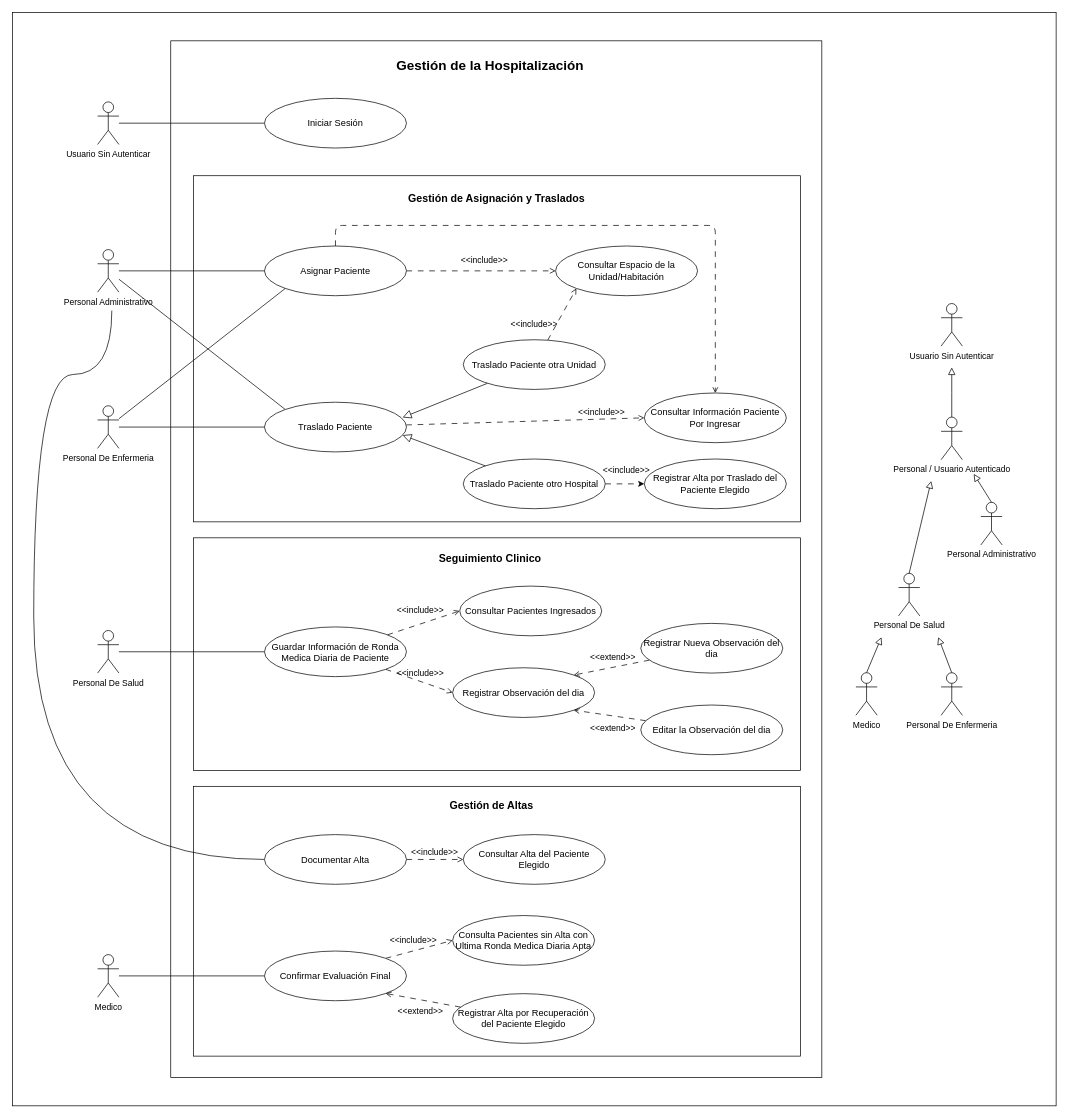
Above: uml/Diagrama de Casos de Usos/Diagrama de Casos de Uso.drawio in stoica25-byte/Reto-2-Entornos-Programacion (draw.io), before the change. Source tidied: cells renumbered, new cells numbered last; positions are measured from the earlier drawing's top-left corner, leaving out a move shared by most shapes. Both pictures are drawn from the tidied source at 71%, with x=0, y=0 at pixel (12, 12).
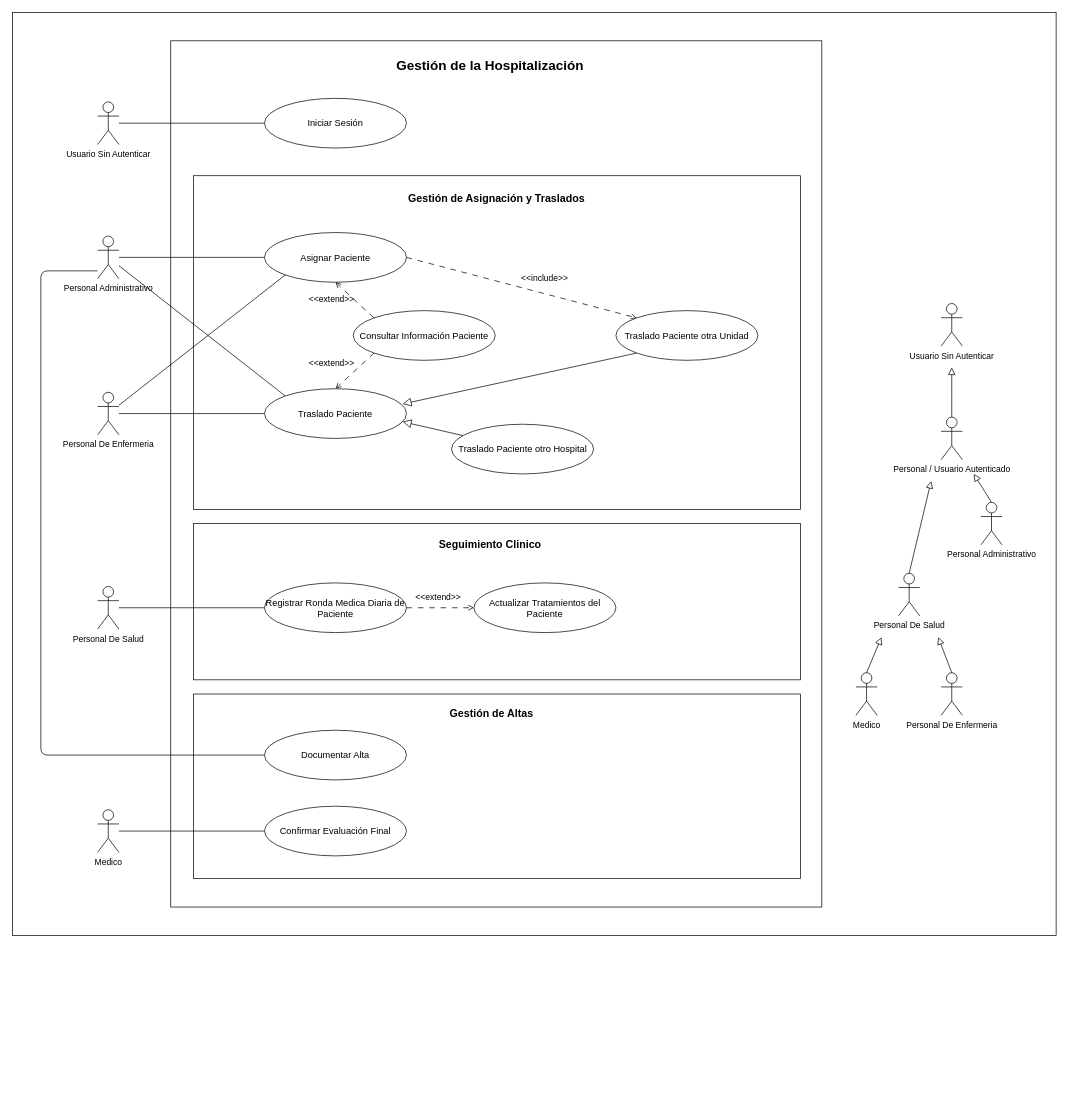
After the change.

Commit message (it also covers changes not shown here):
Documentación del diagrama de casos de usos y cambios en dicho diagrama

Change to the diagram source:
```diff
@@
-    <mxCell id="2" style="rounded=0;whiteSpace=wrap;html=1;" parent="1" vertex="1">
-      <mxGeometry width="1470" height="1540" as="geometry" />
+    <mxCell id="2" style="rounded=0;whiteSpace=wrap;html=1;fillColor=default;" parent="1" vertex="1">
+      <mxGeometry width="1470" height="1300" as="geometry" />
     </mxCell>
-    <mxCell id="3" style="rounded=0;whiteSpace=wrap;html=1;" parent="1" vertex="1">
-      <mxGeometry x="223" y="40" width="917" height="1460" as="geometry" />
+    <mxCell id="3" style="rounded=0;whiteSpace=wrap;html=1;fillColor=none;" parent="1" vertex="1">
+      <mxGeometry x="223" y="40" width="917" height="1220" as="geometry" />
     </mxCell>
+    <mxCell id="70" style="rounded=0;whiteSpace=wrap;html=1;fillColor=none;" parent="1" vertex="1">
+      <mxGeometry x="255" y="720" width="855" height="220" as="geometry" />
+    </mxCell>
     <mxCell id="4" style="rounded=0;whiteSpace=wrap;html=1;fillColor=none;" parent="1" vertex="1">
-      <mxGeometry x="255" y="230" width="855" height="487.5" as="geometry" />
+      <mxGeometry x="255" y="230" width="855" height="470" as="geometry" />
     </mxCell>
     <mxCell id="5" style="rounded=0;whiteSpace=wrap;html=1;" parent="1" vertex="1">
-      <mxGeometry x="255" y="1090" width="855" height="380" as="geometry" />
+      <mxGeometry x="255" y="960" width="855" height="260" as="geometry" />
     </mxCell>
@@
-    <mxCell id="16" style="edgeStyle=orthogonalEdgeStyle;rounded=0;jettySize=auto;html=1;entryX=0;entryY=0.5;entryDx=0;entryDy=0;endArrow=open;endFill=0;dashed=1;dashPattern=8 8;" parent="1" edge="1" source="17" target="24">
-      <mxGeometry relative="1" as="geometry" />
-    </mxCell>
+    <mxCell id="78" style="rounded=0;jettySize=auto;html=1;entryX=0;entryY=0;entryDx=0;entryDy=0;dashed=1;dashPattern=8 8;exitX=1;exitY=0.5;exitDx=0;exitDy=0;endArrow=open;endFill=0;" parent="1" edge="1" source="17" target="30">
+      <mxGeometry relative="1" as="geometry" />
+    </mxCell>
     <mxCell id="17" value="Asignar Paciente" style="ellipse;whiteSpace=wrap;html=1;fontSize=13;" parent="1" vertex="1">
-      <mxGeometry x="355" y="329" width="200" height="70" as="geometry" />
+      <mxGeometry x="355" y="310" width="200" height="70" as="geometry" />
     </mxCell>
@@
+    <mxCell id="79" style="edgeStyle=orthogonalEdgeStyle;rounded=1;jettySize=auto;html=1;entryX=0;entryY=0.5;entryDx=0;entryDy=0;curved=0;endArrow=none;endFill=0;" parent="1" edge="1" source="20" target="61">
+      <mxGeometry relative="1" as="geometry">
+        <Array as="points">
+          <mxPoint x="40" y="364" />
+          <mxPoint x="40" y="1046" />
+        </Array>
+      </mxGeometry>
+    </mxCell>
     <mxCell id="20" value="Personal Administrativo" style="shape=umlActor;verticalLabelPosition=bottom;verticalAlign=top;html=1;outlineConnect=0;" parent="1" vertex="1">
-      <mxGeometry x="120" y="334" width="30" height="60" as="geometry" />
+      <mxGeometry x="120" y="315" width="30" height="60" as="geometry" />
     </mxCell>
@@
     <mxCell id="23" value="Personal De Enfermeria" style="shape=umlActor;verticalLabelPosition=bottom;verticalAlign=top;html=1;outlineConnect=0;" parent="1" vertex="1">
-      <mxGeometry x="120" y="554" width="30" height="60" as="geometry" />
+      <mxGeometry x="120" y="535" width="30" height="60" as="geometry" />
     </mxCell>
+    <mxCell id="80" style="rounded=0;jettySize=auto;html=1;exitX=0;exitY=1;exitDx=0;exitDy=0;entryX=0.5;entryY=0;entryDx=0;entryDy=0;dashed=1;dashPattern=8 8;endArrow=open;endFill=0;" parent="1" edge="1" source="24" target="27">
+      <mxGeometry relative="1" as="geometry" />
+    </mxCell>
+    <mxCell id="81" style="rounded=0;jettySize=auto;html=1;exitX=0;exitY=0;exitDx=0;exitDy=0;entryX=0.5;entryY=1;entryDx=0;entryDy=0;dashed=1;dashPattern=8 8;endArrow=open;endFill=0;" parent="1" edge="1" source="24" target="17">
+      <mxGeometry relative="1" as="geometry" />
+    </mxCell>
-    <mxCell id="24" value="Consultar Espacio de la Unidad/Habitación" style="ellipse;whiteSpace=wrap;html=1;fontSize=13;" parent="1" vertex="1">
-      <mxGeometry x="765" y="329" width="200" height="70" as="geometry" />
+    <mxCell id="24" value="Consultar Información Paciente" style="ellipse;whiteSpace=wrap;html=1;fontSize=13;" parent="1" vertex="1">
+      <mxGeometry x="480" y="420" width="200" height="70" as="geometry" />
     </mxCell>
-    <mxCell id="25" value="&amp;lt;&amp;lt;include&amp;gt;&amp;gt;" style="text;html=1;align=center;verticalAlign=middle;whiteSpace=wrap;rounded=0;" parent="1" vertex="1">
-      <mxGeometry x="635" y="334" width="60" height="30" as="geometry" />
-    </mxCell>
-    <mxCell id="26" style="rounded=0;jettySize=auto;html=1;entryX=0;entryY=0.5;entryDx=0;entryDy=0;dashed=1;dashPattern=8 8;endArrow=open;endFill=0;" parent="1" edge="1" source="27" target="74">
-      <mxGeometry relative="1" as="geometry" />
-    </mxCell>
     <mxCell id="27" value="Traslado Paciente" style="ellipse;whiteSpace=wrap;html=1;fontSize=13;" parent="1" vertex="1">
-      <mxGeometry x="355" y="549" width="200" height="70" as="geometry" />
+      <mxGeometry x="355" y="530" width="200" height="70" as="geometry" />
     </mxCell>
-    <mxCell id="28" style="rounded=0;jettySize=auto;html=1;entryX=0;entryY=1;entryDx=0;entryDy=0;dashed=1;dashPattern=8 8;endArrow=open;endFill=0;" parent="1" edge="1" source="30" target="24">
-      <mxGeometry relative="1" as="geometry" />
-    </mxCell>
-    <mxCell id="29" style="rounded=0;jettySize=auto;html=1;entryX=0.973;entryY=0.307;entryDx=0;entryDy=0;endArrow=block;endFill=0;endSize=10;entryPerimeter=0;" parent="1" edge="1" source="30" target="27">
+    <mxCell id="29" style="rounded=0;jettySize=auto;html=1;entryX=0.973;entryY=0.307;entryDx=0;entryDy=0;endArrow=block;endFill=0;endSize=10;entryPerimeter=0;exitX=0;exitY=1;exitDx=0;exitDy=0;" parent="1" edge="1" source="30" target="27">
       <mxGeometry relative="1" as="geometry" />
     </mxCell>
     <mxCell id="30" value="Traslado Paciente otra Unidad" style="ellipse;whiteSpace=wrap;html=1;fontSize=13;" parent="1" vertex="1">
-      <mxGeometry x="635" y="461" width="200" height="70" as="geometry" />
+      <mxGeometry x="850" y="420" width="200" height="70" as="geometry" />
     </mxCell>
-    <mxCell id="31" style="edgeStyle=orthogonalEdgeStyle;rounded=0;jettySize=auto;html=1;entryX=0;entryY=0.5;entryDx=0;entryDy=0;dashed=1;dashPattern=8 8;" parent="1" edge="1" source="32" target="76">
-      <mxGeometry relative="1" as="geometry" />
-    </mxCell>
     <mxCell id="32" value="Traslado Paciente otro Hospital" style="ellipse;whiteSpace=wrap;html=1;fontSize=13;" parent="1" vertex="1">
-      <mxGeometry x="635" y="629" width="200" height="70" as="geometry" />
+      <mxGeometry x="618.5" y="580" width="200" height="70" as="geometry" />
     </mxCell>
-    <mxCell id="33" value="&amp;lt;&amp;lt;include&amp;gt;&amp;gt;" style="text;html=1;align=center;verticalAlign=middle;whiteSpace=wrap;rounded=0;" parent="1" vertex="1">
-      <mxGeometry x="705" y="425" width="60" height="30" as="geometry" />
+    <mxCell id="33" value="&amp;lt;&amp;lt;extend&amp;gt;&amp;gt;" style="text;html=1;align=center;verticalAlign=middle;whiteSpace=wrap;rounded=0;" parent="1" vertex="1">
+      <mxGeometry x="420" y="390" width="60" height="30" as="geometry" />
     </mxCell>
@@
     <mxCell id="36" value="Personal De Salud" style="shape=umlActor;verticalLabelPosition=bottom;verticalAlign=top;html=1;outlineConnect=0;" parent="1" vertex="1">
-      <mxGeometry x="120" y="870.5" width="30" height="60" as="geometry" />
+      <mxGeometry x="120" y="808.5" width="30" height="60" as="geometry" />
     </mxCell>
-    <mxCell id="37" style="rounded=0;jettySize=auto;html=1;entryX=0;entryY=0.5;entryDx=0;entryDy=0;dashed=1;dashPattern=8 8;endArrow=open;endFill=0;" parent="1" edge="1" source="39" target="40">
-      <mxGeometry relative="1" as="geometry" />
-    </mxCell>
-    <mxCell id="38" style="rounded=0;jettySize=auto;html=1;exitX=1;exitY=1;exitDx=0;exitDy=0;entryX=0;entryY=0.5;entryDx=0;entryDy=0;dashed=1;dashPattern=8 8;endArrow=open;endFill=0;" parent="1" edge="1" source="39" target="42">
-      <mxGeometry relative="1" as="geometry" />
-    </mxCell>
+    <mxCell id="82" style="edgeStyle=orthogonalEdgeStyle;rounded=0;jettySize=auto;html=1;entryX=0;entryY=0.5;entryDx=0;entryDy=0;endArrow=open;endFill=0;dashed=1;dashPattern=8 8;" parent="1" edge="1" source="39" target="45">
+      <mxGeometry relative="1" as="geometry" />
+    </mxCell>
-    <mxCell id="39" value="Guardar Información de Ronda Medica Diaria de Paciente" style="ellipse;whiteSpace=wrap;html=1;fontSize=13;" parent="1" vertex="1">
-      <mxGeometry x="355" y="865.5" width="200" height="70" as="geometry" />
+    <mxCell id="39" value="Registrar Ronda Medica Diaria de Paciente" style="ellipse;whiteSpace=wrap;html=1;fontSize=13;" parent="1" vertex="1">
+      <mxGeometry x="355" y="803.5" width="200" height="70" as="geometry" />
     </mxCell>
-    <mxCell id="40" value="Consultar Pacientes Ingresados" style="ellipse;whiteSpace=wrap;html=1;fontSize=13;" parent="1" vertex="1">
-      <mxGeometry x="630" y="808" width="200" height="70" as="geometry" />
-    </mxCell>
-    <mxCell id="41" value="&amp;lt;&amp;lt;include&amp;gt;&amp;gt;" style="text;html=1;align=center;verticalAlign=middle;whiteSpace=wrap;rounded=0;" parent="1" vertex="1">
-      <mxGeometry x="545" y="828" width="60" height="30" as="geometry" />
-    </mxCell>
-    <mxCell id="42" value="Registrar Observación del dia" style="ellipse;whiteSpace=wrap;html=1;fontSize=13;" parent="1" vertex="1">
-      <mxGeometry x="620" y="923" width="200" height="70" as="geometry" />
-    </mxCell>
-    <mxCell id="43" value="&amp;lt;&amp;lt;include&amp;gt;&amp;gt;" style="text;html=1;align=center;verticalAlign=middle;whiteSpace=wrap;rounded=0;" parent="1" vertex="1">
-      <mxGeometry x="545" y="915.5" width="60" height="30" as="geometry" />
-    </mxCell>
-    <mxCell id="44" style="rounded=0;jettySize=auto;html=1;entryX=1;entryY=0;entryDx=0;entryDy=0;dashed=1;dashPattern=8 8;endArrow=open;endFill=0;" parent="1" edge="1" source="45" target="42">
-      <mxGeometry relative="1" as="geometry" />
-    </mxCell>
-    <mxCell id="45" value="Registrar Nueva Observación del dia" style="ellipse;whiteSpace=wrap;html=1;fontSize=13;" parent="1" vertex="1">
-      <mxGeometry x="885" y="860.5" width="200" height="70" as="geometry" />
+    <mxCell id="45" value="Actualizar Tratamientos del Paciente" style="ellipse;whiteSpace=wrap;html=1;fontSize=13;" parent="1" vertex="1">
+      <mxGeometry x="650" y="803.5" width="200" height="70" as="geometry" />
     </mxCell>
-    <mxCell id="46" style="rounded=0;jettySize=auto;html=1;entryX=1;entryY=1;entryDx=0;entryDy=0;dashed=1;dashPattern=8 8;endArrow=open;endFill=0;" parent="1" edge="1" source="47" target="42">
-      <mxGeometry relative="1" as="geometry" />
-    </mxCell>
-    <mxCell id="47" value="Editar la Observación del dia" style="ellipse;whiteSpace=wrap;html=1;fontSize=13;" parent="1" vertex="1">
-      <mxGeometry x="885" y="975.5" width="200" height="70" as="geometry" />
-    </mxCell>
-    <mxCell id="48" value="&amp;lt;&amp;lt;extend&amp;gt;&amp;gt;" style="text;html=1;align=center;verticalAlign=middle;whiteSpace=wrap;rounded=0;" parent="1" vertex="1">
-      <mxGeometry x="816" y="893" width="60" height="30" as="geometry" />
-    </mxCell>
-    <mxCell id="49" value="&amp;lt;&amp;lt;extend&amp;gt;&amp;gt;" style="text;html=1;align=center;verticalAlign=middle;whiteSpace=wrap;rounded=0;" parent="1" vertex="1">
-      <mxGeometry x="816" y="993" width="60" height="30" as="geometry" />
-    </mxCell>
@@
     <mxCell id="51" value="Medico" style="shape=umlActor;verticalLabelPosition=bottom;verticalAlign=top;html=1;outlineConnect=0;" parent="1" vertex="1">
-      <mxGeometry x="120" y="1327" width="30" height="60" as="geometry" />
+      <mxGeometry x="120" y="1123" width="30" height="60" as="geometry" />
     </mxCell>
-    <mxCell id="52" style="rounded=0;jettySize=auto;html=1;entryX=0;entryY=0.5;entryDx=0;entryDy=0;exitX=1;exitY=0;exitDx=0;exitDy=0;dashed=1;dashPattern=8 8;endArrow=open;endFill=0;" parent="1" edge="1" source="53" target="54">
-      <mxGeometry relative="1" as="geometry" />
-    </mxCell>
     <mxCell id="53" value="Confirmar Evaluación Final" style="ellipse;whiteSpace=wrap;html=1;fontSize=13;" parent="1" vertex="1">
-      <mxGeometry x="355" y="1322" width="200" height="70" as="geometry" />
+      <mxGeometry x="355" y="1118" width="200" height="70" as="geometry" />
     </mxCell>
-    <mxCell id="54" value="Consulta Pacientes sin Alta con Ultima Ronda Medica Diaria Apta" style="ellipse;whiteSpace=wrap;html=1;fontSize=13;" parent="1" vertex="1">
-      <mxGeometry x="620" y="1272" width="200" height="70" as="geometry" />
-    </mxCell>
-    <mxCell id="55" value="&amp;lt;&amp;lt;include&amp;gt;&amp;gt;" style="text;html=1;align=center;verticalAlign=middle;whiteSpace=wrap;rounded=0;" parent="1" vertex="1">
-      <mxGeometry x="535" y="1292" width="60" height="30" as="geometry" />
-    </mxCell>
-    <mxCell id="56" value="Registrar Alta por Recuperación del Paciente Elegido" style="ellipse;whiteSpace=wrap;html=1;fontSize=13;" parent="1" vertex="1">
-      <mxGeometry x="620" y="1382" width="200" height="70" as="geometry" />
-    </mxCell>
-    <mxCell id="57" style="rounded=0;jettySize=auto;html=1;entryX=1;entryY=1;entryDx=0;entryDy=0;dashed=1;dashPattern=8 8;endArrow=open;endFill=0;" parent="1" edge="1" source="56" target="53">
-      <mxGeometry relative="1" as="geometry" />
-    </mxCell>
-    <mxCell id="58" value="&amp;lt;&amp;lt;extend&amp;gt;&amp;gt;" style="text;html=1;align=center;verticalAlign=middle;whiteSpace=wrap;rounded=0;" parent="1" vertex="1">
-      <mxGeometry x="545" y="1392" width="60" height="30" as="geometry" />
-    </mxCell>
-    <mxCell id="59" style="rounded=0;jettySize=auto;html=1;entryX=0;entryY=0.5;entryDx=0;entryDy=0;exitX=1;exitY=0.5;exitDx=0;exitDy=0;endArrow=open;endFill=0;dashed=1;dashPattern=8 8;" parent="1" edge="1" source="61" target="62">
-      <mxGeometry relative="1" as="geometry" />
-    </mxCell>
-    <mxCell id="60" style="edgeStyle=orthogonalEdgeStyle;rounded=0;jettySize=auto;html=1;fontFamily=Helvetica;fontSize=12;fontColor=default;curved=1;endArrow=none;endFill=0;" parent="1" edge="1" source="61">
-      <mxGeometry relative="1" as="geometry">
-        <mxPoint x="140" y="420" as="targetPoint" />
-        <Array as="points">
-          <mxPoint x="30" y="1193" />
-          <mxPoint x="30" y="510" />
-          <mxPoint x="140" y="510" />
-        </Array>
-      </mxGeometry>
-    </mxCell>
     <mxCell id="61" value="Documentar Alta" style="ellipse;whiteSpace=wrap;html=1;fontSize=13;" parent="1" vertex="1">
-      <mxGeometry x="355" y="1158" width="200" height="70" as="geometry" />
+      <mxGeometry x="355" y="1011" width="200" height="70" as="geometry" />
     </mxCell>
-    <mxCell id="62" value="Consultar Alta del Paciente Elegido" style="ellipse;whiteSpace=wrap;html=1;fontSize=13;" parent="1" vertex="1">
-      <mxGeometry x="635" y="1158" width="200" height="70" as="geometry" />
-    </mxCell>
-    <mxCell id="63" value="&amp;lt;&amp;lt;include&amp;gt;&amp;gt;" style="text;html=1;align=center;verticalAlign=middle;whiteSpace=wrap;rounded=0;" parent="1" vertex="1">
-      <mxGeometry x="565" y="1168" width="60" height="30" as="geometry" />
-    </mxCell>
@@
     <mxCell id="69" value="&lt;b&gt;&lt;font style=&quot;font-size: 15px;&quot;&gt;Gestión de Altas&lt;/font&gt;&lt;/b&gt;" style="text;html=1;align=center;verticalAlign=middle;whiteSpace=wrap;rounded=0;" parent="1" vertex="1">
-      <mxGeometry x="538" y="1102" width="274" height="30" as="geometry" />
+      <mxGeometry x="538" y="972" width="274" height="30" as="geometry" />
     </mxCell>
-    <mxCell id="70" style="rounded=0;whiteSpace=wrap;html=1;fillColor=none;" parent="1" vertex="1">
-      <mxGeometry x="255" y="740" width="855" height="327.5" as="geometry" />
-    </mxCell>
     <mxCell id="71" value="&lt;b&gt;&lt;font style=&quot;font-size: 15px;&quot;&gt;Seguimiento Clinico&lt;/font&gt;&lt;/b&gt;" style="text;html=1;align=center;verticalAlign=middle;whiteSpace=wrap;rounded=0;" parent="1" vertex="1">
-      <mxGeometry x="536" y="754" width="274" height="30" as="geometry" />
+      <mxGeometry x="536" y="734" width="274" height="30" as="geometry" />
     </mxCell>
@@
-    <mxCell id="73" style="edgeStyle=orthogonalEdgeStyle;rounded=1;jettySize=auto;html=1;entryX=0.5;entryY=0;entryDx=0;entryDy=0;exitX=0.5;exitY=0;exitDx=0;exitDy=0;jumpStyle=none;curved=0;strokeWidth=1;dashed=1;dashPattern=8 8;endArrow=open;endFill=0;" parent="1" edge="1" source="17" target="74">
-      <mxGeometry relative="1" as="geometry">
-        <Array as="points">
-          <mxPoint x="455" y="300" />
-          <mxPoint x="990" y="300" />
-        </Array>
-      </mxGeometry>
-    </mxCell>
-    <mxCell id="74" value="Consultar Información Paciente Por Ingresar" style="ellipse;whiteSpace=wrap;html=1;fontSize=13;" parent="1" vertex="1">
-      <mxGeometry x="890" y="536" width="200" height="70" as="geometry" />
-    </mxCell>
-    <mxCell id="75" value="&amp;lt;&amp;lt;include&amp;gt;&amp;gt;" style="text;html=1;align=center;verticalAlign=middle;whiteSpace=wrap;rounded=0;" parent="1" vertex="1">
-      <mxGeometry x="800" y="549" width="60" height="30" as="geometry" />
-    </mxCell>
-    <mxCell id="76" value="Registrar Alta por Traslado del Paciente Elegido" style="ellipse;whiteSpace=wrap;html=1;fontSize=13;" parent="1" vertex="1">
-      <mxGeometry x="890" y="629" width="200" height="70" as="geometry" />
-    </mxCell>
-    <mxCell id="77" value="&amp;lt;&amp;lt;include&amp;gt;&amp;gt;" style="text;html=1;align=center;verticalAlign=middle;whiteSpace=wrap;rounded=0;" parent="1" vertex="1">
-      <mxGeometry x="835" y="630" width="60" height="30" as="geometry" />
-    </mxCell>
+    <mxCell id="83" value="&amp;lt;&amp;lt;include&amp;gt;&amp;gt;" style="text;html=1;align=center;verticalAlign=middle;whiteSpace=wrap;rounded=0;" parent="1" vertex="1">
+      <mxGeometry x="720" y="360" width="60" height="30" as="geometry" />
+    </mxCell>
+    <mxCell id="84" value="&amp;lt;&amp;lt;extend&amp;gt;&amp;gt;" style="text;html=1;align=center;verticalAlign=middle;whiteSpace=wrap;rounded=0;" parent="1" vertex="1">
+      <mxGeometry x="420" y="480" width="60" height="30" as="geometry" />
+    </mxCell>
+    <mxCell id="85" value="&amp;lt;&amp;lt;extend&amp;gt;&amp;gt;" style="text;html=1;align=center;verticalAlign=middle;whiteSpace=wrap;rounded=0;" parent="1" vertex="1">
+      <mxGeometry x="570" y="808.5" width="60" height="30" as="geometry" />
+    </mxCell>
```
